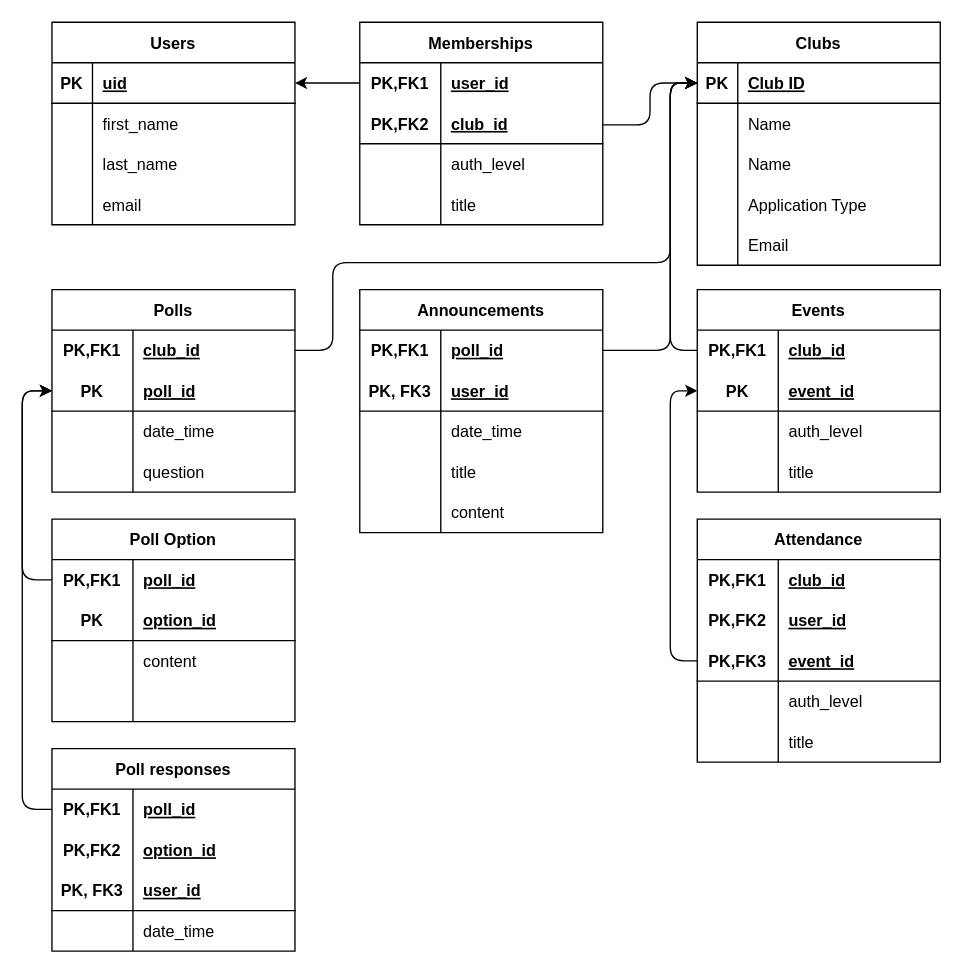
Above: Database.drawio in aniqp/clubhub-app (draw.io), before the change. Source tidied: cells renumbered, new cells numbered last; positions are measured from the earlier drawing's top-left corner, leaving out a move shared by most shapes. Both pictures are drawn from the tidied source at 135%, with x=0, y=0 at pixel (22, 22).
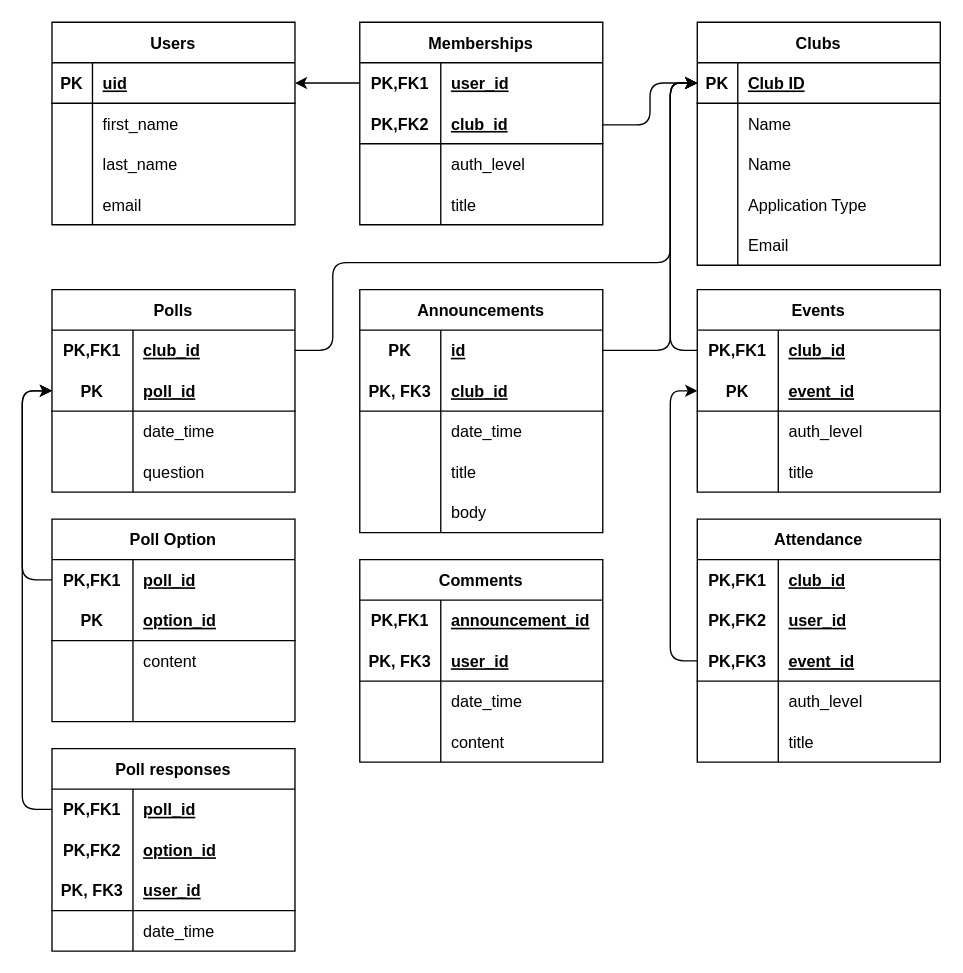
After the change.

Commit message (it also covers changes not shown here):
Added comments, events, visibility

Unchanged cells that the change refers to:
```xml
<mxCell id="120" style="shape=tableRow;horizontal=0;startSize=0;swimlaneHead=0;swimlaneBody=0;fillColor=none;points=[[0,0.5],[1,0.5]];portConstraint=eastwest;top=0;left=0;right=0;bottom=0;" parent="119" vertex="1">
  <mxGeometry y="30" width="180" height="30" as="geometry" />
</mxCell>
<mxCell id="123" style="shape=tableRow;horizontal=0;startSize=0;swimlaneHead=0;swimlaneBody=0;fillColor=none;top=0;left=0;right=0;bottom=1;" parent="119" vertex="1">
  <mxGeometry y="60" width="180" height="30" as="geometry" />
</mxCell>
<mxCell id="132" style="shape=tableRow;horizontal=0;startSize=0;swimlaneHead=0;swimlaneBody=0;fillColor=none;top=0;left=0;right=0;bottom=0;" parent="119" vertex="1">
  <mxGeometry y="150" width="180" height="30" as="geometry" />
</mxCell>
```

Diff of the diagram source:
```diff
@@
-    <mxCell id="121" value="PK,FK1" style="shape=partialRectangle;fillColor=none;top=0;left=0;bottom=0;right=0;fontStyle=1;overflow=hidden;" parent="120" vertex="1">
+    <mxCell id="121" value="PK" style="shape=partialRectangle;fillColor=none;top=0;left=0;bottom=0;right=0;fontStyle=1;overflow=hidden;" parent="120" vertex="1">
       <mxGeometry width="60" height="30" as="geometry" />
     </mxCell>
-    <mxCell id="122" value="poll_id" style="shape=partialRectangle;fillColor=none;top=0;left=0;bottom=0;right=0;align=left;spacingLeft=6;fontStyle=5;overflow=hidden;" parent="120" vertex="1">
+    <mxCell id="122" value="id" style="shape=partialRectangle;fillColor=none;top=0;left=0;bottom=0;right=0;align=left;spacingLeft=6;fontStyle=5;overflow=hidden;" parent="120" vertex="1">
       <mxGeometry x="60" width="120" height="30" as="geometry" />
     </mxCell>
@@
-    <mxCell id="125" value="user_id" style="shape=partialRectangle;fillColor=none;top=0;left=0;bottom=0;right=0;align=left;spacingLeft=6;fontStyle=5;overflow=hidden;" parent="123" vertex="1">
+    <mxCell id="125" value="club_id" style="shape=partialRectangle;fillColor=none;top=0;left=0;bottom=0;right=0;align=left;spacingLeft=6;fontStyle=5;overflow=hidden;" parent="123" vertex="1">
       <mxGeometry x="60" width="120" height="30" as="geometry" />
     </mxCell>
@@
-    <mxCell id="134" value="content" style="shape=partialRectangle;fillColor=none;top=0;left=0;bottom=0;right=0;align=left;spacingLeft=6;overflow=hidden;" parent="132" vertex="1">
+    <mxCell id="134" value="body" style="shape=partialRectangle;fillColor=none;top=0;left=0;bottom=0;right=0;align=left;spacingLeft=6;overflow=hidden;" parent="132" vertex="1">
       <mxGeometry x="60" width="120" height="30" as="geometry" />
     </mxCell>
@@
+    <mxCell id="136" value="Comments" style="shape=table;startSize=30;childLayout=tableLayout;rowLines=0;fontStyle=1;align=center;" parent="1" vertex="1">
+      <mxGeometry x="250" y="398" width="180" height="150" as="geometry" />
+    </mxCell>
+    <mxCell id="137" style="shape=tableRow;horizontal=0;startSize=0;swimlaneHead=0;swimlaneBody=0;fillColor=none;top=0;left=0;right=0;bottom=0;" parent="136" vertex="1">
+      <mxGeometry y="30" width="180" height="30" as="geometry" />
+    </mxCell>
+    <mxCell id="138" value="PK,FK1" style="shape=partialRectangle;fillColor=none;top=0;left=0;bottom=0;right=0;fontStyle=1;overflow=hidden;" parent="137" vertex="1">
+      <mxGeometry width="60" height="30" as="geometry" />
+    </mxCell>
+    <mxCell id="139" value="announcement_id" style="shape=partialRectangle;fillColor=none;top=0;left=0;bottom=0;right=0;align=left;spacingLeft=6;fontStyle=5;overflow=hidden;" parent="137" vertex="1">
+      <mxGeometry x="60" width="120" height="30" as="geometry" />
+    </mxCell>
+    <mxCell id="140" style="shape=tableRow;horizontal=0;startSize=0;swimlaneHead=0;swimlaneBody=0;fillColor=none;top=0;left=0;right=0;bottom=1;" parent="136" vertex="1">
+      <mxGeometry y="60" width="180" height="30" as="geometry" />
+    </mxCell>
+    <mxCell id="141" value="PK, FK3" style="shape=partialRectangle;fillColor=none;top=0;left=0;bottom=0;right=0;fontStyle=1;overflow=hidden;" parent="140" vertex="1">
+      <mxGeometry width="60" height="30" as="geometry" />
+    </mxCell>
+    <mxCell id="142" value="user_id" style="shape=partialRectangle;fillColor=none;top=0;left=0;bottom=0;right=0;align=left;spacingLeft=6;fontStyle=5;overflow=hidden;" parent="140" vertex="1">
+      <mxGeometry x="60" width="120" height="30" as="geometry" />
+    </mxCell>
+    <mxCell id="143" style="shape=tableRow;horizontal=0;startSize=0;swimlaneHead=0;swimlaneBody=0;fillColor=none;top=0;left=0;right=0;bottom=0;" parent="136" vertex="1">
+      <mxGeometry y="90" width="180" height="30" as="geometry" />
+    </mxCell>
+    <mxCell id="144" style="shape=partialRectangle;fillColor=none;top=0;left=0;bottom=0;right=0;overflow=hidden;" parent="143" vertex="1">
+      <mxGeometry width="60" height="30" as="geometry" />
+    </mxCell>
+    <mxCell id="145" value="date_time" style="shape=partialRectangle;fillColor=none;top=0;left=0;bottom=0;right=0;align=left;spacingLeft=6;overflow=hidden;" parent="143" vertex="1">
+      <mxGeometry x="60" width="120" height="30" as="geometry" />
+    </mxCell>
+    <mxCell id="146" style="shape=tableRow;horizontal=0;startSize=0;swimlaneHead=0;swimlaneBody=0;fillColor=none;top=0;left=0;right=0;bottom=0;" parent="136" vertex="1">
+      <mxGeometry y="120" width="180" height="30" as="geometry" />
+    </mxCell>
+    <mxCell id="147" style="shape=partialRectangle;fillColor=none;top=0;left=0;bottom=0;right=0;overflow=hidden;" parent="146" vertex="1">
+      <mxGeometry width="60" height="30" as="geometry" />
+    </mxCell>
+    <mxCell id="148" value="content" style="shape=partialRectangle;fillColor=none;top=0;left=0;bottom=0;right=0;align=left;spacingLeft=6;overflow=hidden;" parent="146" vertex="1">
+      <mxGeometry x="60" width="120" height="30" as="geometry" />
+    </mxCell>
```
